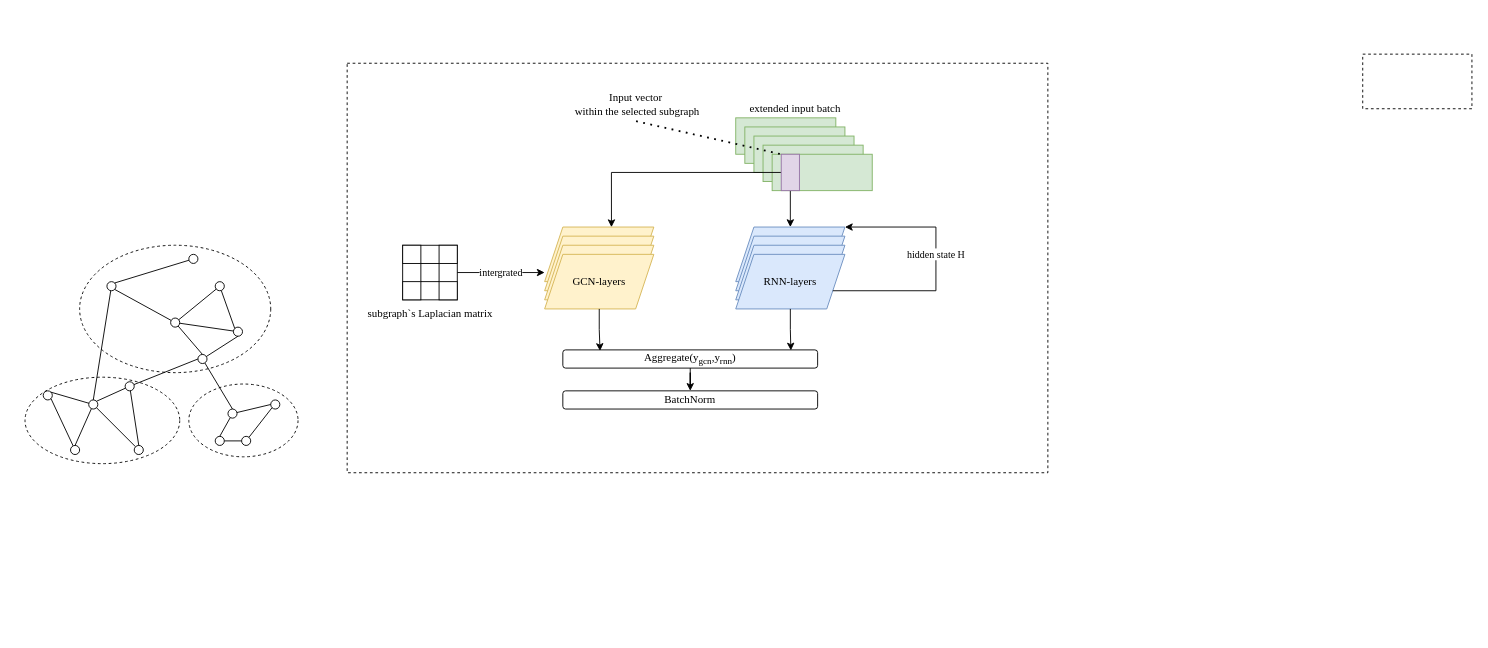
Before: 神经网络.drawio in streakyPorker/drawio-diagrams, a draw.io diagram. Source tidied: cells renumbered, new cells numbered last; positions are measured from the earlier drawing's top-left corner, leaving out a move shared by most shapes. Both pictures are drawn from the tidied source at 91%, with x=0, y=0 at pixel (25, 54).
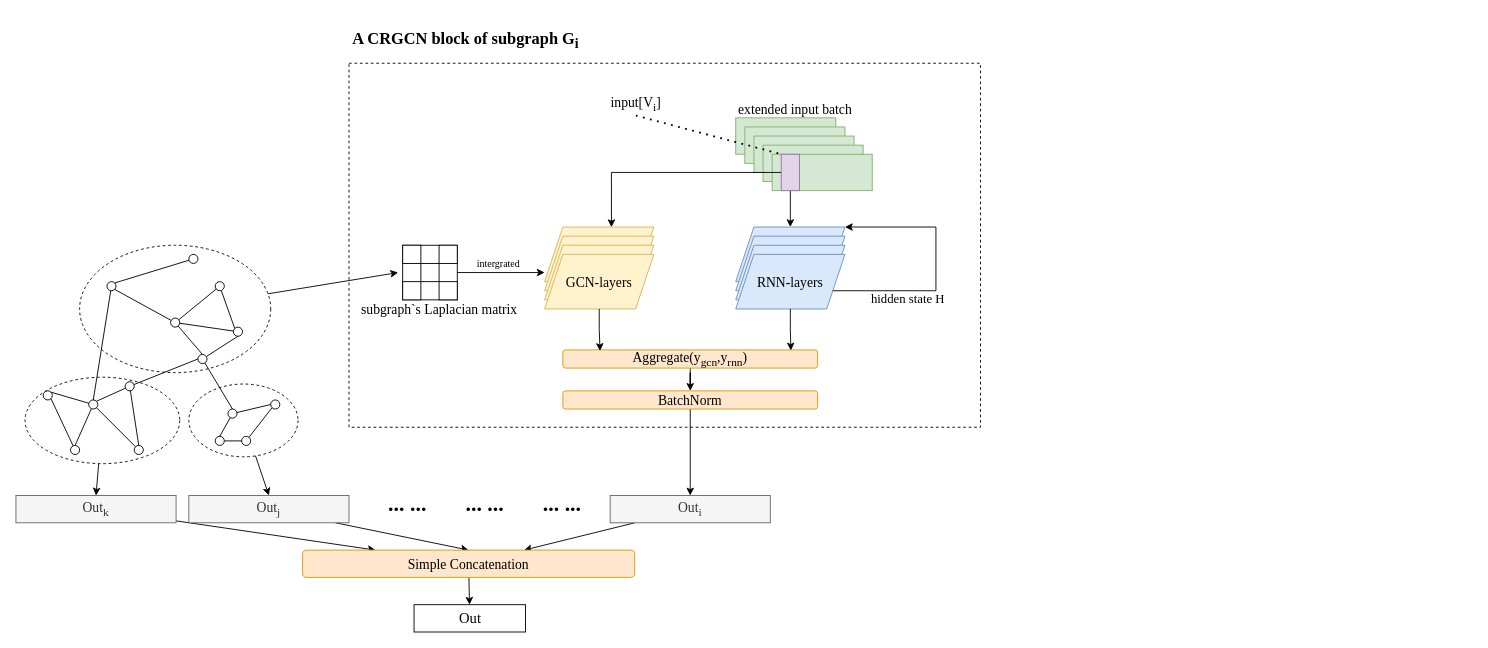
Above is the later version.

Unchanged cells that the change refers to:
```xml
<mxCell id="3" style="ellipse;whiteSpace=wrap;html=1;dashed=1;" parent="2" vertex="1">
  <mxGeometry x="160" y="142.5" width="120" height="80" as="geometry" />
</mxCell>
<mxCell id="4" style="ellipse;whiteSpace=wrap;html=1;dashed=1;" parent="2" vertex="1">
  <mxGeometry x="-20" y="135" width="170" height="95" as="geometry" />
</mxCell>
<mxCell id="5" style="ellipse;whiteSpace=wrap;html=1;dashed=1;" parent="2" vertex="1">
  <mxGeometry x="40" y="-10" width="210" height="140" as="geometry" />
</mxCell>
<mxCell id="44" style="rounded=0;whiteSpace=wrap;html=1;" parent="43" vertex="1">
  <mxGeometry width="60" height="60" as="geometry" />
</mxCell>
<mxCell id="51" style="group;" parent="1" vertex="1">
  <mxGeometry x="571" y="190" width="120" height="90" as="geometry" />
</mxCell>
<mxCell id="56" style="group;" parent="1" vertex="1">
  <mxGeometry x="781" y="190" width="120" height="90" as="geometry" />
</mxCell>
<mxCell id="57" style="shape=parallelogram;perimeter=parallelogramPerimeter;whiteSpace=wrap;html=1;fixedSize=1;fontFamily=Times New Roman;fillColor=#dae8fc;strokeColor=#6c8ebf;" parent="56" vertex="1">
  <mxGeometry width="120" height="60" as="geometry" />
</mxCell>
```

Diff of the diagram source:
```diff
@@
     <mxCell id="41" style="rounded=0;whiteSpace=wrap;html=1;dashed=1;" parent="1" vertex="1">
-      <mxGeometry x="354" y="10" width="770" height="450" as="geometry" />
+      <mxGeometry x="356" y="10" width="694" height="400" as="geometry" />
     </mxCell>
-    <mxCell id="42" style="rounded=0;whiteSpace=wrap;html=1;dashed=1;" parent="1" vertex="1">
-      <mxGeometry x="1470" width="120" height="60" as="geometry" />
-    </mxCell>
@@
-    <mxCell id="50" value="subgraph`s Laplacian matrix" style="text;html=1;align=center;verticalAlign=middle;strokeColor=none;fillColor=none;fontFamily=Times New Roman;" parent="1" vertex="1">
-      <mxGeometry x="370" y="275" width="150" height="20" as="geometry" />
+    <mxCell id="50" value="&lt;font style=&quot;font-size: 15px;&quot;&gt;subgraph`s Laplacian matrix&lt;/font&gt;" style="text;html=1;align=center;verticalAlign=middle;strokeColor=none;fillColor=none;fontFamily=Times New Roman;" parent="1" vertex="1">
+      <mxGeometry x="360" y="270" width="190" height="20" as="geometry" />
     </mxCell>
@@
-    <mxCell id="55" value="GCN-layers" style="shape=parallelogram;perimeter=parallelogramPerimeter;whiteSpace=wrap;html=1;fixedSize=1;fontFamily=Times New Roman;fillColor=#fff2cc;strokeColor=#d6b656;" parent="51" vertex="1">
+    <mxCell id="55" value="&lt;font style=&quot;font-size: 15px;&quot;&gt;GCN-layers&lt;/font&gt;" style="shape=parallelogram;perimeter=parallelogramPerimeter;whiteSpace=wrap;html=1;fixedSize=1;fontFamily=Times New Roman;fillColor=#fff2cc;strokeColor=#d6b656;" parent="51" vertex="1">
       <mxGeometry y="30" width="120" height="60" as="geometry" />
     </mxCell>
@@
-    <mxCell id="60" value="RNN-layers" style="shape=parallelogram;perimeter=parallelogramPerimeter;whiteSpace=wrap;html=1;fixedSize=1;fontFamily=Times New Roman;fillColor=#dae8fc;strokeColor=#6c8ebf;" parent="56" vertex="1">
+    <mxCell id="60" value="&lt;font style=&quot;font-size: 15px;&quot;&gt;RNN-layers&lt;/font&gt;" style="shape=parallelogram;perimeter=parallelogramPerimeter;whiteSpace=wrap;html=1;fixedSize=1;fontFamily=Times New Roman;fillColor=#dae8fc;strokeColor=#6c8ebf;" parent="56" vertex="1">
       <mxGeometry y="30" width="120" height="60" as="geometry" />
     </mxCell>
-    <mxCell id="61" value="hidden state H" style="edgeStyle=orthogonalEdgeStyle;rounded=0;jettySize=auto;html=1;fontFamily=Times New Roman;endArrow=classic;endFill=1;entryX=1;entryY=0;entryDx=0;entryDy=0;" parent="56" edge="1" source="60" target="57">
-      <mxGeometry x="0.08" relative="1" as="geometry">
+    <mxCell id="61" value="&lt;font style=&quot;font-size: 14px;&quot;&gt;hidden state H&lt;/font&gt;" style="edgeStyle=orthogonalEdgeStyle;rounded=0;jettySize=auto;html=1;fontFamily=Times New Roman;endArrow=classic;endFill=1;entryX=1;entryY=0;entryDx=0;entryDy=0;" parent="56" edge="1" source="60" target="57">
+      <mxGeometry x="-0.42" y="-10" relative="1" as="geometry">
         <Array as="points">
           <mxPoint x="220" y="70" />
           <mxPoint x="220" />
         </Array>
       </mxGeometry>
     </mxCell>
     <mxCell id="62" value="intergrated" style="edgeStyle=orthogonalEdgeStyle;rounded=0;jettySize=auto;html=1;fontFamily=Times New Roman;endArrow=classic;endFill=1;" parent="1" edge="1" source="44">
-      <mxGeometry relative="1" as="geometry">
+      <mxGeometry x="-0.06" y="10" relative="1" as="geometry">
         <mxPoint x="571" y="240" as="targetPoint" />
       </mxGeometry>
     </mxCell>
@@
-    <mxCell id="64" value="Aggregate(y&lt;sub&gt;gcn&lt;/sub&gt;,y&lt;sub&gt;rnn&lt;/sub&gt;)" style="rounded=1;whiteSpace=wrap;html=1;fontFamily=Times New Roman;" parent="1" vertex="1">
+    <mxCell id="64" value="&lt;font style=&quot;font-size: 15px;&quot;&gt;Aggregate(y&lt;sub&gt;gcn&lt;/sub&gt;,y&lt;sub&gt;rnn&lt;/sub&gt;)&lt;/font&gt;" style="rounded=1;whiteSpace=wrap;html=1;fontFamily=Times New Roman;fillColor=#ffe6cc;strokeColor=#d79b00;" parent="1" vertex="1">
       <mxGeometry x="591" y="325" width="280" height="20" as="geometry" />
     </mxCell>
@@
+    <mxCell id="79" style="edgeStyle=none;rounded=0;jettySize=auto;html=1;fontFamily=Times New Roman;endArrow=classic;endFill=1;entryX=0.5;entryY=0;entryDx=0;entryDy=0;" parent="1" edge="1" source="67" target="83">
+      <mxGeometry relative="1" as="geometry" />
+    </mxCell>
-    <mxCell id="67" value="BatchNorm" style="rounded=1;whiteSpace=wrap;html=1;fontFamily=Times New Roman;" parent="1" vertex="1">
+    <mxCell id="67" value="&lt;font style=&quot;font-size: 15px;&quot;&gt;BatchNorm&lt;/font&gt;" style="rounded=1;whiteSpace=wrap;html=1;fontFamily=Times New Roman;fillColor=#ffe6cc;strokeColor=#d79b00;" parent="1" vertex="1">
       <mxGeometry x="591" y="370" width="280" height="20" as="geometry" />
     </mxCell>
-    <mxCell id="68" value="extended input batch" style="text;html=1;align=center;verticalAlign=middle;strokeColor=none;fillColor=none;fontFamily=Times New Roman;" parent="1" vertex="1">
-      <mxGeometry x="786" y="50" width="120" height="20" as="geometry" />
+    <mxCell id="68" value="&lt;font style=&quot;font-size: 15px;&quot;&gt;extended input batch&lt;/font&gt;" style="text;html=1;align=center;verticalAlign=middle;strokeColor=none;fillColor=none;fontFamily=Times New Roman;" parent="1" vertex="1">
+      <mxGeometry x="776" y="50" width="140" height="20" as="geometry" />
     </mxCell>
@@
-    <mxCell id="78" value="Input vector&lt;br&gt;&amp;nbsp;within the selected subgraph" style="text;html=1;align=center;verticalAlign=middle;points=[];strokeColor=none;fillColor=none;fontFamily=Times New Roman;" parent="1" vertex="1">
-      <mxGeometry x="591" y="40" width="160" height="30" as="geometry" />
+    <mxCell id="78" value="&lt;span style=&quot;font-size: 15px;&quot;&gt;input[V&lt;sub&gt;i&lt;/sub&gt;]&lt;/span&gt;" style="text;html=1;align=center;verticalAlign=middle;points=[];strokeColor=none;fillColor=none;fontFamily=Times New Roman;" parent="1" vertex="1">
+      <mxGeometry x="636" y="45" width="70" height="20" as="geometry" />
     </mxCell>
+    <mxCell id="80" style="rounded=0;jettySize=auto;html=1;fontFamily=Times New Roman;endArrow=classic;endFill=1;" parent="1" edge="1" source="5">
+      <mxGeometry relative="1" as="geometry">
+        <mxPoint x="410" y="240" as="targetPoint" />
+      </mxGeometry>
+    </mxCell>
+    <mxCell id="81" value="&lt;h2&gt;A CRGCN block of subgraph G&lt;sub&gt;i&lt;/sub&gt;&lt;/h2&gt;" style="text;html=1;align=center;verticalAlign=middle;strokeColor=none;fillColor=none;fontFamily=Times New Roman;" parent="1" vertex="1">
+      <mxGeometry x="354" y="-40" width="260" height="50" as="geometry" />
+    </mxCell>
+    <mxCell id="82" style="edgeStyle=none;rounded=0;jettySize=auto;html=1;fontFamily=Times New Roman;fontSize=13;endArrow=classic;endFill=1;" parent="1" edge="1" source="83" target="94">
+      <mxGeometry relative="1" as="geometry" />
+    </mxCell>
+    <mxCell id="83" value="&lt;font style=&quot;font-size: 15px;&quot;&gt;Out&lt;sub&gt;i&lt;/sub&gt;&lt;/font&gt;" style="rounded=0;whiteSpace=wrap;html=1;fontFamily=Times New Roman;fillColor=#f5f5f5;fontColor=#333333;strokeColor=#666666;" parent="1" vertex="1">
+      <mxGeometry x="643" y="485" width="176" height="30" as="geometry" />
+    </mxCell>
+    <mxCell id="84" style="edgeStyle=none;rounded=0;jettySize=auto;html=1;fontFamily=Times New Roman;endArrow=classic;endFill=1;entryX=0.5;entryY=0;entryDx=0;entryDy=0;" parent="1" edge="1" source="3" target="88">
+      <mxGeometry relative="1" as="geometry" />
+    </mxCell>
+    <mxCell id="85" style="edgeStyle=none;rounded=0;jettySize=auto;html=1;fontFamily=Times New Roman;fontSize=13;endArrow=classic;endFill=1;" parent="1" edge="1" source="86" target="94">
+      <mxGeometry relative="1" as="geometry" />
+    </mxCell>
+    <mxCell id="86" value="&lt;font style=&quot;font-size: 15px;&quot;&gt;Out&lt;sub&gt;k&lt;/sub&gt;&lt;/font&gt;" style="rounded=0;whiteSpace=wrap;html=1;fontFamily=Times New Roman;fillColor=#f5f5f5;fontColor=#333333;strokeColor=#666666;" parent="1" vertex="1">
+      <mxGeometry x="-10" y="485" width="176" height="30" as="geometry" />
+    </mxCell>
+    <mxCell id="87" style="edgeStyle=none;rounded=0;jettySize=auto;html=1;entryX=0.5;entryY=0;entryDx=0;entryDy=0;fontFamily=Times New Roman;fontSize=13;endArrow=classic;endFill=1;" parent="1" edge="1" source="88" target="94">
+      <mxGeometry relative="1" as="geometry" />
+    </mxCell>
+    <mxCell id="88" value="&lt;font style=&quot;font-size: 15px;&quot;&gt;Out&lt;sub style=&quot;&quot;&gt;j&lt;/sub&gt;&lt;/font&gt;" style="rounded=0;whiteSpace=wrap;html=1;fontFamily=Times New Roman;fillColor=#f5f5f5;fontColor=#333333;strokeColor=#666666;" parent="1" vertex="1">
+      <mxGeometry x="180" y="485" width="176" height="30" as="geometry" />
+    </mxCell>
+    <mxCell id="89" style="edgeStyle=none;rounded=0;jettySize=auto;html=1;fontFamily=Times New Roman;endArrow=classic;endFill=1;entryX=0.5;entryY=0;entryDx=0;entryDy=0;" parent="1" edge="1" source="4" target="86">
+      <mxGeometry relative="1" as="geometry" />
+    </mxCell>
+    <mxCell id="90" value="&lt;h1&gt;... ...&lt;/h1&gt;" style="text;html=1;align=center;verticalAlign=middle;strokeColor=none;fillColor=none;fontFamily=Times New Roman;" parent="1" vertex="1">
+      <mxGeometry x="475" y="470" width="60" height="50" as="geometry" />
+    </mxCell>
+    <mxCell id="91" value="&lt;h1&gt;... ...&lt;/h1&gt;" style="text;html=1;align=center;verticalAlign=middle;strokeColor=none;fillColor=none;fontFamily=Times New Roman;" parent="1" vertex="1">
+      <mxGeometry x="390" y="470" width="60" height="50" as="geometry" />
+    </mxCell>
+    <mxCell id="92" value="&lt;h1&gt;... ...&lt;/h1&gt;" style="text;html=1;align=center;verticalAlign=middle;strokeColor=none;fillColor=none;fontFamily=Times New Roman;" parent="1" vertex="1">
+      <mxGeometry x="560" y="470" width="60" height="50" as="geometry" />
+    </mxCell>
+    <mxCell id="93" style="edgeStyle=none;rounded=0;jettySize=auto;html=1;fontFamily=Times New Roman;fontSize=13;endArrow=classic;endFill=1;" parent="1" edge="1" source="94" target="95">
+      <mxGeometry relative="1" as="geometry" />
+    </mxCell>
+    <mxCell id="94" value="&lt;font style=&quot;font-size: 15px;&quot;&gt;Simple Concatenation&lt;/font&gt;" style="rounded=1;whiteSpace=wrap;html=1;fontFamily=Times New Roman;fillColor=#ffe6cc;strokeColor=#d79b00;" parent="1" vertex="1">
+      <mxGeometry x="305" y="545" width="365" height="30" as="geometry" />
+    </mxCell>
+    <mxCell id="95" value="&lt;font style=&quot;font-size: 16px;&quot;&gt;Out&lt;/font&gt;" style="rounded=0;whiteSpace=wrap;html=1;fontFamily=Times New Roman;fontSize=13;" parent="1" vertex="1">
+      <mxGeometry x="427.5" y="605" width="122.5" height="30" as="geometry" />
+    </mxCell>
```
